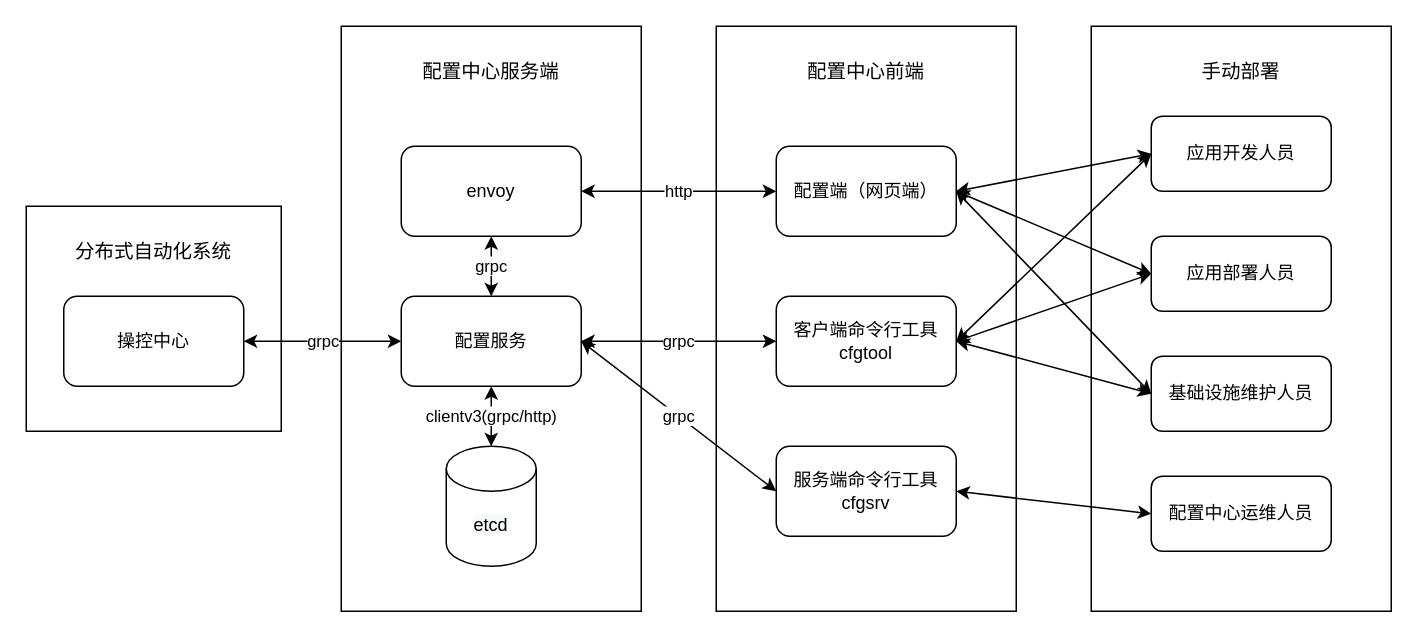
Above: page "交互方1.2" (1 of 7) of docs/details/drawiofiles/需规原始图.drawio in dalgorithm-bastar/configer (draw.io), before the change. Source tidied: cells renumbered, new cells numbered last; positions are measured from the earlier drawing's top-left corner, leaving out a move shared by most shapes. Both pictures are drawn from the tidied source at 150%, with x=0, y=0 at pixel (26, 26).
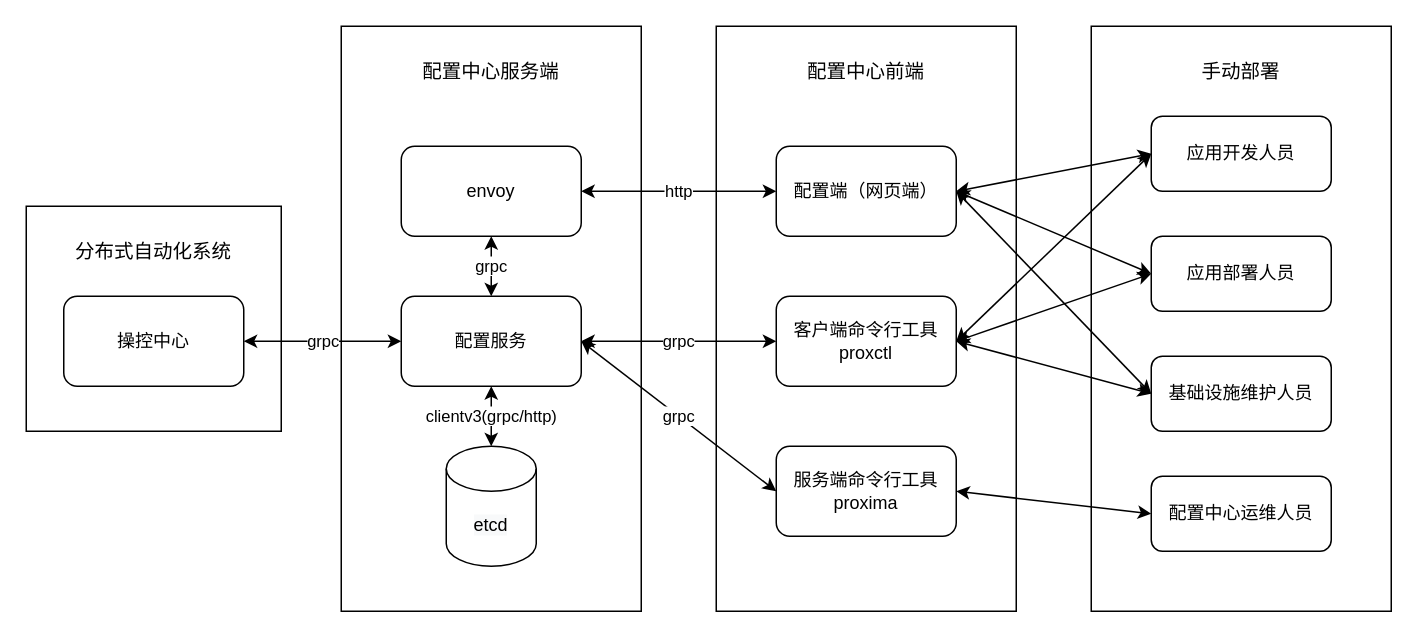
The same page after the edit.

What changed in the source:
```diff
@@
-    <mxCell id="11" value="服务端命令行工具&lt;br&gt;cfgsrv" style="rounded=1;whiteSpace=wrap;html=1;" parent="1" vertex="1">
+    <mxCell id="11" value="服务端命令行工具&lt;br&gt;proxima" style="rounded=1;whiteSpace=wrap;html=1;" parent="1" vertex="1">
       <mxGeometry x="500" y="280" width="120" height="60" as="geometry" />
     </mxCell>
@@
-    <mxCell id="18" value="客户端命令行工具&lt;br&gt;cfgtool" style="rounded=1;whiteSpace=wrap;html=1;" parent="1" vertex="1">
+    <mxCell id="18" value="客户端命令行工具&lt;br&gt;proxctl" style="rounded=1;whiteSpace=wrap;html=1;" parent="1" vertex="1">
       <mxGeometry x="500" y="180" width="120" height="60" as="geometry" />
     </mxCell>
```
